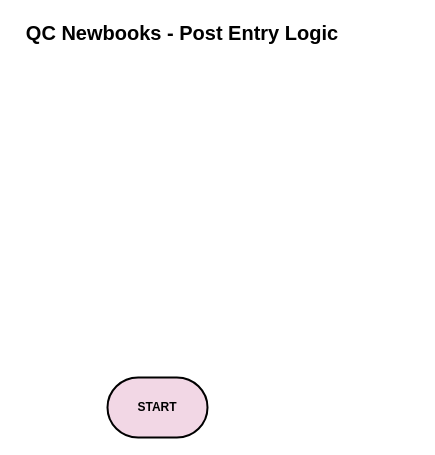
This is page "Part A — Flowchart" (1 of 2) of QC_NewBooks_Diagrams.drawio from tatianacastro1904-prog/diagram-qc-new-books, a draw.io file, before an edit. Source tidied: cells renumbered, new cells numbered last; positions are measured from the earlier drawing's top-left corner, leaving out a move shared by most shapes. Both pictures are drawn from the tidied source at 100%, with x=0, y=0 at pixel (17, 17).
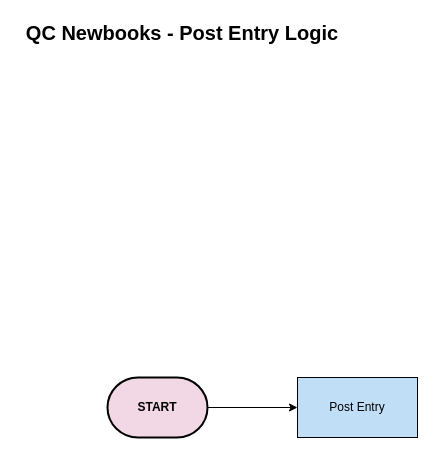
Above is the later version.

Change to the diagram source:
```diff
@@
 <mxGraphModel>
   <root>
     <mxCell id="0" />
     <mxCell id="1" parent="0" />
     <mxCell id="2" value="QC Newbooks - Post Entry Logic" style="text;html=1;whiteSpace=wrap;strokeColor=none;fillColor=none;align=center;verticalAlign=middle;rounded=0;fontStyle=1;fontSize=20;" parent="1" vertex="1">
       <mxGeometry width="330" height="30" as="geometry" />
     </mxCell>
+    <mxCell id="4" style="edgeStyle=orthogonalEdgeStyle;rounded=0;jettySize=auto;html=1;exitX=1;exitY=0.5;exitDx=0;exitDy=0;exitPerimeter=0;entryX=0;entryY=0.5;entryDx=0;entryDy=0;" parent="1" edge="1" source="3" target="5">
+      <mxGeometry relative="1" as="geometry" />
+    </mxCell>
     <mxCell id="3" value="&lt;b&gt;START&lt;/b&gt;" style="strokeWidth=2;html=1;shape=mxgraph.flowchart.terminator;whiteSpace=wrap;gradientColor=none;fillColor=#F2D7E5;" parent="1" vertex="1">
       <mxGeometry x="90" y="360" width="100" height="60" as="geometry" />
     </mxCell>
+    <mxCell id="5" value="Post Entry" style="rounded=0;whiteSpace=wrap;html=1;fillColor=light-dark(#c0dff7, #ededed);" parent="1" vertex="1">
+      <mxGeometry x="280" y="360" width="120" height="60" as="geometry" />
+    </mxCell>
   </root>
 </mxGraphModel>
```
